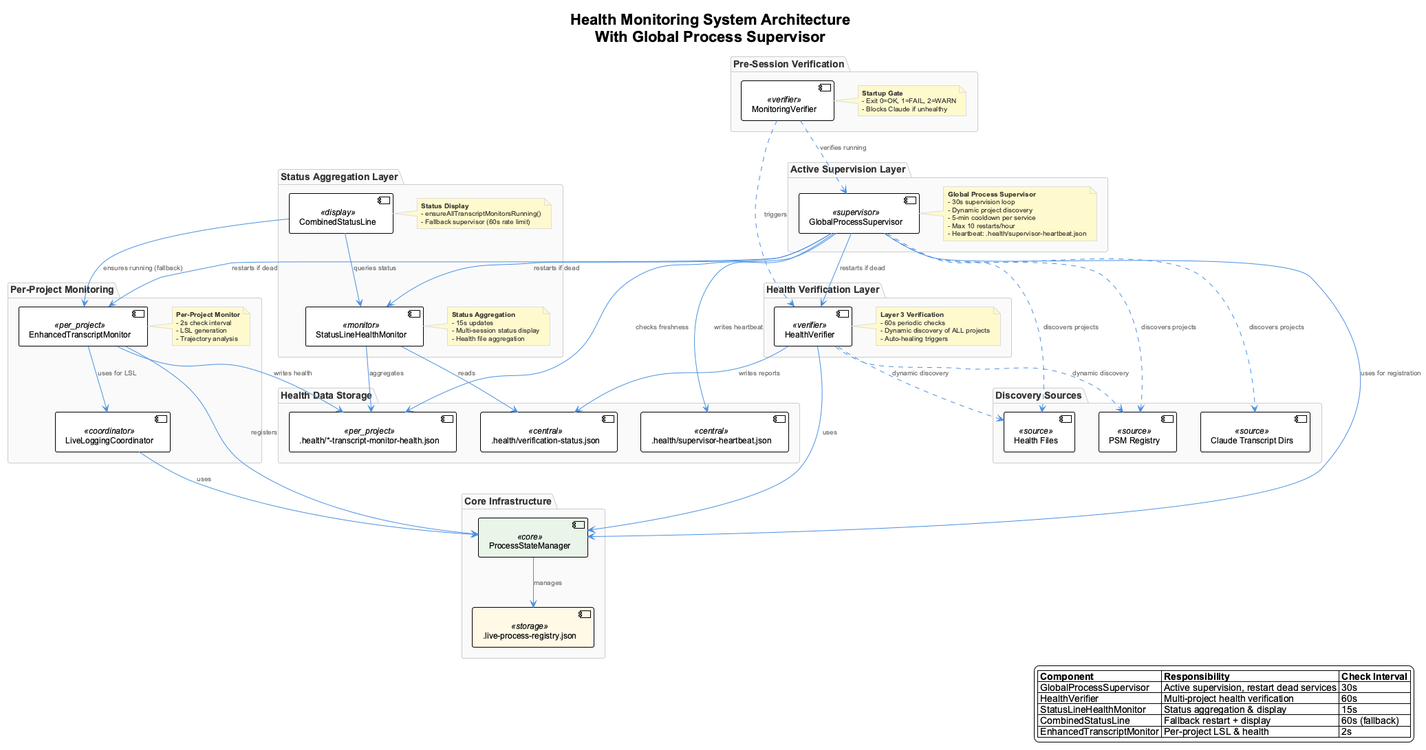
The PlantUML diagram docs/images/enhanced-health-monitoring-overview.png in fwornle/coding, before a commit. Source of this version:
```plantuml
@startuml
!include _standard-style.puml

title Health Monitoring System Architecture\nWith Global Process Supervisor

top to bottom direction

package "Active Supervision Layer" {
  component [GlobalProcessSupervisor] as GPS <<supervisor>>
  note right of GPS
    **Global Process Supervisor**
    - 30s supervision loop
    - Dynamic project discovery
    - 5-min cooldown per service
    - Max 10 restarts/hour
    - Heartbeat: .health/supervisor-heartbeat.json
  end note
}

package "Pre-Session Verification" {
  component [MonitoringVerifier] as MV <<verifier>>
  note right of MV
    **Startup Gate**
    - Exit 0=OK, 1=FAIL, 2=WARN
    - Blocks Claude if unhealthy
  end note
}

package "Health Verification Layer" {
  component [HealthVerifier] as HV <<verifier>>
  note right of HV
    **Layer 3 Verification**
    - 60s periodic checks
    - Dynamic discovery of ALL projects
    - Auto-healing triggers
  end note
}

package "Status Aggregation Layer" {
  component [StatusLineHealthMonitor] as SHM <<monitor>>
  component [CombinedStatusLine] as CSL <<display>>
  note right of SHM
    **Status Aggregation**
    - 15s updates
    - Multi-session status display
    - Health file aggregation
  end note
  note right of CSL
    **Status Display**
    - ensureAllTranscriptMonitorsRunning()
    - Fallback supervisor (60s rate limit)
  end note
}

package "Per-Project Monitoring" {
  component [EnhancedTranscriptMonitor] as ETM <<per_project>>
  component [LiveLoggingCoordinator] as LLC <<coordinator>>
  note right of ETM
    **Per-Project Monitor**
    - 2s check interval
    - LSL generation
    - Trajectory analysis
  end note
}

package "Core Infrastructure" {
  component [ProcessStateManager] as PSM <<core>>
  database [.live-process-registry.json] as LPR <<storage>>
}

package "Health Data Storage" {
  database [.health/*-transcript-monitor-health.json] as Health_Files <<per_project>>
  database [.health/supervisor-heartbeat.json] as Heartbeat <<central>>
  database [.health/verification-status.json] as Verify_Status <<central>>
}

package "Discovery Sources" {
  database [PSM Registry] as PSM_Reg <<source>>
  database [Health Files] as HF_Src <<source>>
  database [Claude Transcript Dirs] as CT_Src <<source>>
}

GPS --> PSM : uses for registration
GPS --> Health_Files : checks freshness
GPS --> ETM : restarts if dead
GPS --> SHM : restarts if dead
GPS --> HV : restarts if dead
GPS --> Heartbeat : writes heartbeat

GPS ..> PSM_Reg : discovers projects
GPS ..> HF_Src : discovers projects
GPS ..> CT_Src : discovers projects

HV --> PSM : uses
HV --> Verify_Status : writes reports
HV ..> PSM_Reg : dynamic discovery
HV ..> HF_Src : dynamic discovery

MV ..> GPS : verifies running
MV ..> HV : triggers

SHM --> Health_Files : aggregates
SHM --> Verify_Status : reads
CSL --> SHM : queries status
CSL --> ETM : ensures running (fallback)

ETM --> Health_Files : writes health
ETM --> LLC : uses for LSL
ETM --> PSM : registers

PSM --> LPR : manages
LLC --> PSM : uses

legend right
  |= Component |= Responsibility |= Check Interval |
  | GlobalProcessSupervisor | Active supervision, restart dead services | 30s |
  | HealthVerifier | Multi-project health verification | 60s |
  | StatusLineHealthMonitor | Status aggregation & display | 15s |
  | CombinedStatusLine | Fallback restart + display | 60s (fallback) |
  | EnhancedTranscriptMonitor | Per-project LSL & health | 2s |
endlegend

@enduml
```
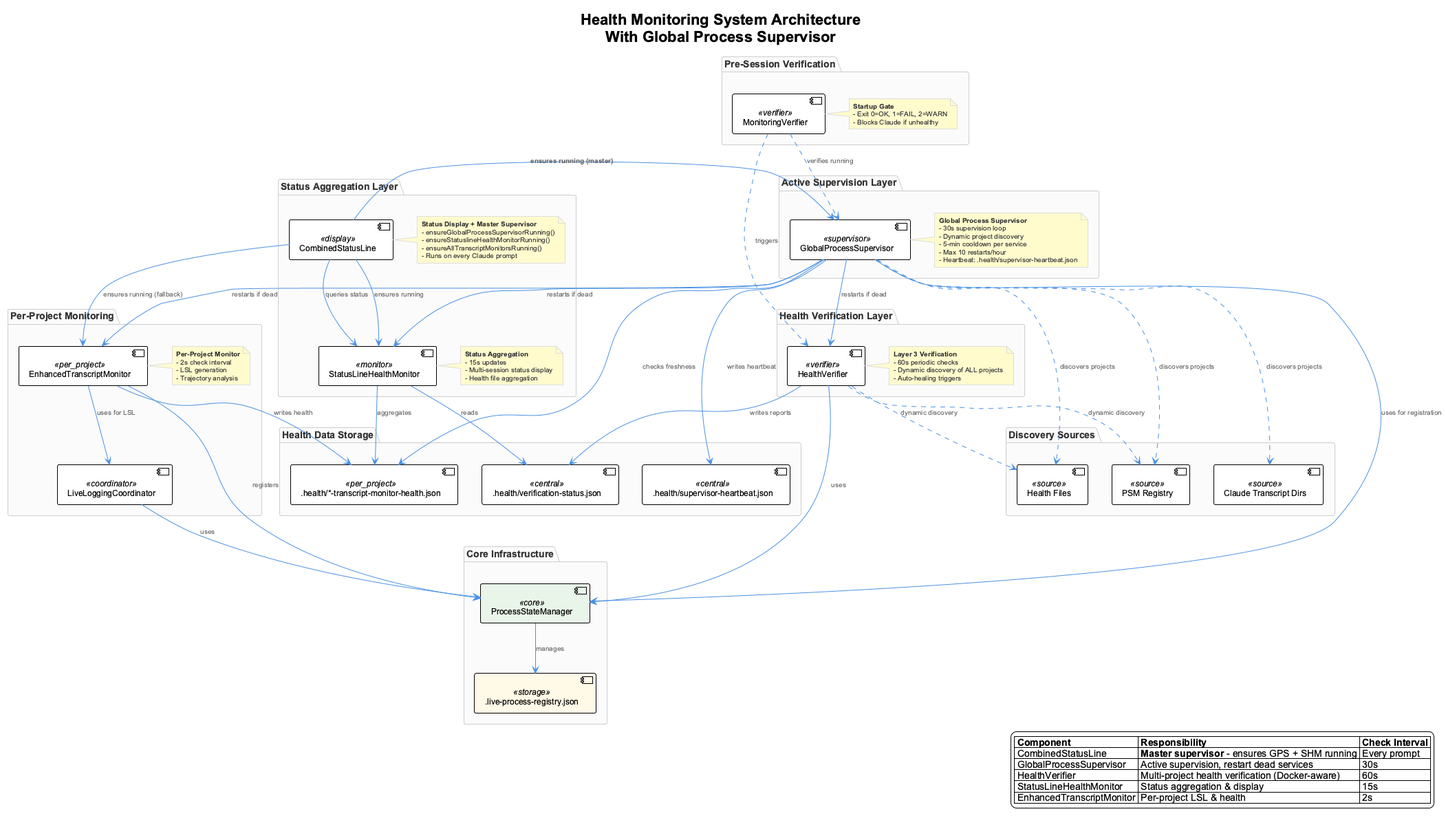
The same file after the commit.

Commit message:
docs: update health system documentation for Docker mode

Diff of the diagram source:
```diff
@@ -46,9 +46,11 @@
     - Health file aggregation
   end note
   note right of CSL
-    **Status Display**
+    **Status Display + Master Supervisor**
+    - ensureGlobalProcessSupervisorRunning()
+    - ensureStatuslineHealthMonitorRunning()
     - ensureAllTranscriptMonitorsRunning()
-    - Fallback supervisor (60s rate limit)
+    - Runs on every Claude prompt
   end note
 }
 
@@ -103,6 +105,8 @@
 SHM --> Verify_Status : reads
 CSL --> SHM : queries status
 CSL --> ETM : ensures running (fallback)
+CSL --> GPS : **ensures running (master)**
+CSL --> SHM : ensures running
 
 ETM --> Health_Files : writes health
 ETM --> LLC : uses for LSL
@@ -113,10 +117,10 @@
 
 legend right
   |= Component |= Responsibility |= Check Interval |
+  | CombinedStatusLine | **Master supervisor** - ensures GPS + SHM running | Every prompt |
   | GlobalProcessSupervisor | Active supervision, restart dead services | 30s |
-  | HealthVerifier | Multi-project health verification | 60s |
+  | HealthVerifier | Multi-project health verification (Docker-aware) | 60s |
   | StatusLineHealthMonitor | Status aggregation & display | 15s |
-  | CombinedStatusLine | Fallback restart + display | 60s (fallback) |
   | EnhancedTranscriptMonitor | Per-project LSL & health | 2s |
 endlegend
 
```
